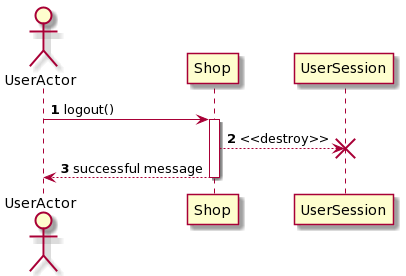
Above: Deliverables/Diagrams/Design/5-2-Logout.png in giuliadascenzi/ezshop_SEproject (PlantUML), before the change.
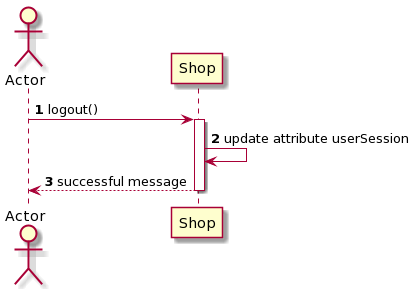
Above is the later version.

The edit, as a diff of the source:
```diff
@@ -1,7 +1,7 @@
 @startuml
 autonumber
-actor UserActor
-UserActor -> Shop ++ : logout()
-Shop --> UserSession !! : <<destroy>>
-Shop --> UserActor -- : successful message
+actor Actor
+Actor -> Shop ++ : logout()
+Shop -> Shop: update attribute userSession
+Shop --> Actor -- : successful message
 @enduml
```
